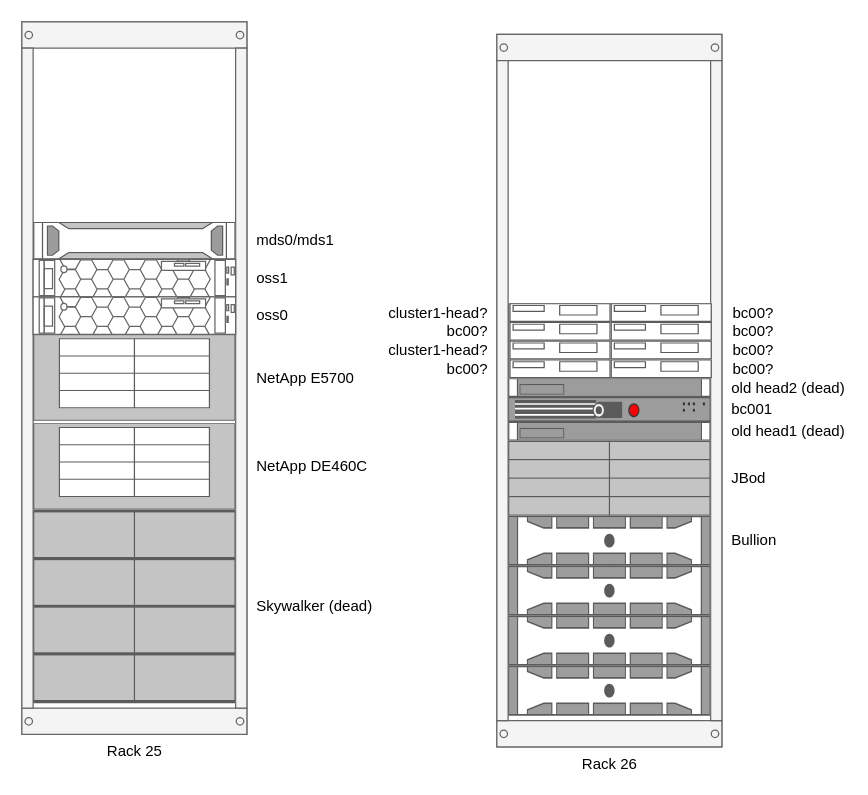
Before: docs/img/cluster1_racks.drawio in cnio-bu/cnio-bu.github.io, a draw.io diagram. Source tidied: cells renumbered, new cells numbered last; positions are measured from the earlier drawing's top-left corner, leaving out a move shared by most shapes. Both pictures are drawn from the tidied source at 125%, with x=0, y=0 at pixel (21, 21).
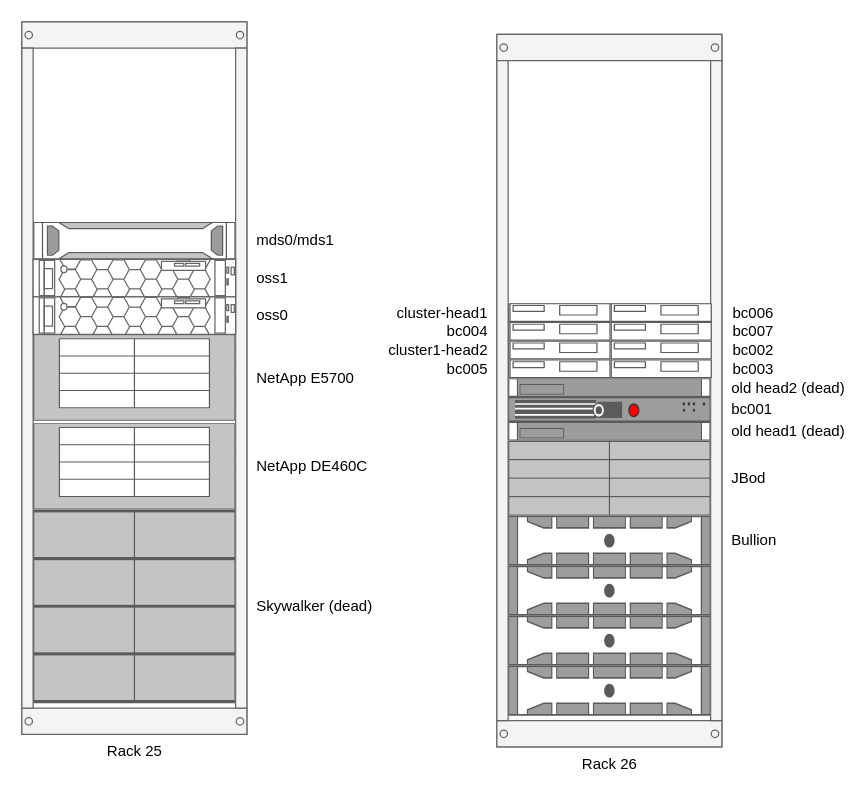
The same diagram, later.

Commit message (it also covers changes not shown here):
Update rack26 nodes

The change refers to these unchanged cells:
```xml
<mxCell id="2" style="group;" parent="1" vertex="1">
  <mxGeometry x="380" y="10" width="180" height="570" as="geometry" />
</mxCell>
```

The edit, as a diff of the source:
```diff
@@
-    <mxCell id="14" value="cluster1-head?" style="shape=mxgraph.rack.hp.hp_proliant_sl230s_g8;html=1;labelPosition=left;align=right;spacingLeft=0;dashed=0;shadow=0;fillColor=#ffffff;verticalLabelPosition=middle;verticalAlign=middle;spacingRight=16;" parent="2" vertex="1">
+    <mxCell id="14" value="&lt;div&gt;cluster-head1&lt;/div&gt;" style="shape=mxgraph.rack.hp.hp_proliant_sl230s_g8;html=1;labelPosition=left;align=right;spacingLeft=0;dashed=0;shadow=0;fillColor=#ffffff;verticalLabelPosition=middle;verticalAlign=middle;spacingRight=16;" parent="2" vertex="1">
       <mxGeometry x="10" y="215" width="81" height="15" as="geometry" />
     </mxCell>
-    <mxCell id="15" value="bc00?" style="shape=mxgraph.rack.hp.hp_proliant_sl230s_g8;html=1;labelPosition=right;align=left;spacingLeft=15;dashed=0;shadow=0;fillColor=#ffffff;" parent="2" vertex="1">
+    <mxCell id="15" value="&lt;div&gt;bc006&lt;/div&gt;" style="shape=mxgraph.rack.hp.hp_proliant_sl230s_g8;html=1;labelPosition=right;align=left;spacingLeft=15;dashed=0;shadow=0;fillColor=#ffffff;" parent="2" vertex="1">
       <mxGeometry x="91" y="215" width="81" height="15" as="geometry" />
     </mxCell>
-    <mxCell id="16" value="bc00?" style="shape=mxgraph.rack.hp.hp_proliant_sl230s_g8;html=1;labelPosition=left;align=right;spacingLeft=0;dashed=0;shadow=0;fillColor=#ffffff;verticalLabelPosition=middle;verticalAlign=middle;spacingRight=16;" parent="2" vertex="1">
+    <mxCell id="16" value="bc004" style="shape=mxgraph.rack.hp.hp_proliant_sl230s_g8;html=1;labelPosition=left;align=right;spacingLeft=0;dashed=0;shadow=0;fillColor=#ffffff;verticalLabelPosition=middle;verticalAlign=middle;spacingRight=16;" parent="2" vertex="1">
       <mxGeometry x="10" y="230" width="81" height="15" as="geometry" />
     </mxCell>
-    <mxCell id="17" value="bc00?" style="shape=mxgraph.rack.hp.hp_proliant_sl230s_g8;html=1;labelPosition=right;align=left;spacingLeft=15;dashed=0;shadow=0;fillColor=#ffffff;" parent="2" vertex="1">
+    <mxCell id="17" value="bc007" style="shape=mxgraph.rack.hp.hp_proliant_sl230s_g8;html=1;labelPosition=right;align=left;spacingLeft=15;dashed=0;shadow=0;fillColor=#ffffff;" parent="2" vertex="1">
       <mxGeometry x="91" y="230" width="81" height="15" as="geometry" />
     </mxCell>
-    <mxCell id="18" value="cluster1-head?" style="shape=mxgraph.rack.hp.hp_proliant_sl230s_g8;html=1;labelPosition=left;align=right;spacingLeft=0;dashed=0;shadow=0;fillColor=#ffffff;verticalLabelPosition=middle;verticalAlign=middle;spacingRight=16;" parent="2" vertex="1">
+    <mxCell id="18" value="&lt;div&gt;cluster1-head2&lt;/div&gt;" style="shape=mxgraph.rack.hp.hp_proliant_sl230s_g8;html=1;labelPosition=left;align=right;spacingLeft=0;dashed=0;shadow=0;fillColor=#ffffff;verticalLabelPosition=middle;verticalAlign=middle;spacingRight=16;" parent="2" vertex="1">
       <mxGeometry x="10" y="245" width="81" height="15" as="geometry" />
     </mxCell>
-    <mxCell id="19" value="bc00?" style="shape=mxgraph.rack.hp.hp_proliant_sl230s_g8;html=1;labelPosition=right;align=left;spacingLeft=15;dashed=0;shadow=0;fillColor=#ffffff;" parent="2" vertex="1">
+    <mxCell id="19" value="bc002" style="shape=mxgraph.rack.hp.hp_proliant_sl230s_g8;html=1;labelPosition=right;align=left;spacingLeft=15;dashed=0;shadow=0;fillColor=#ffffff;" parent="2" vertex="1">
       <mxGeometry x="91" y="245" width="81" height="15" as="geometry" />
     </mxCell>
-    <mxCell id="20" value="bc00?" style="shape=mxgraph.rack.hp.hp_proliant_sl230s_g8;html=1;labelPosition=right;align=left;spacingLeft=15;dashed=0;shadow=0;fillColor=#ffffff;" parent="2" vertex="1">
+    <mxCell id="20" value="&lt;div&gt;&lt;br&gt;&lt;/div&gt;&lt;div&gt;bc003&lt;/div&gt;&lt;div&gt;&lt;br&gt;&lt;/div&gt;" style="shape=mxgraph.rack.hp.hp_proliant_sl230s_g8;html=1;labelPosition=right;align=left;spacingLeft=15;dashed=0;shadow=0;fillColor=#ffffff;" parent="2" vertex="1">
       <mxGeometry x="91" y="260" width="81" height="15" as="geometry" />
     </mxCell>
-    <mxCell id="21" value="bc00?" style="shape=mxgraph.rack.hp.hp_proliant_sl230s_g8;html=1;labelPosition=left;align=right;spacingLeft=0;dashed=0;shadow=0;fillColor=#ffffff;verticalLabelPosition=middle;verticalAlign=middle;spacingRight=16;" parent="2" vertex="1">
+    <mxCell id="21" value="&lt;div&gt;bc005&lt;/div&gt;" style="shape=mxgraph.rack.hp.hp_proliant_sl230s_g8;html=1;labelPosition=left;align=right;spacingLeft=0;dashed=0;shadow=0;fillColor=#ffffff;verticalLabelPosition=middle;verticalAlign=middle;spacingRight=16;" parent="2" vertex="1">
       <mxGeometry x="10" y="260" width="81" height="15" as="geometry" />
     </mxCell>
```
